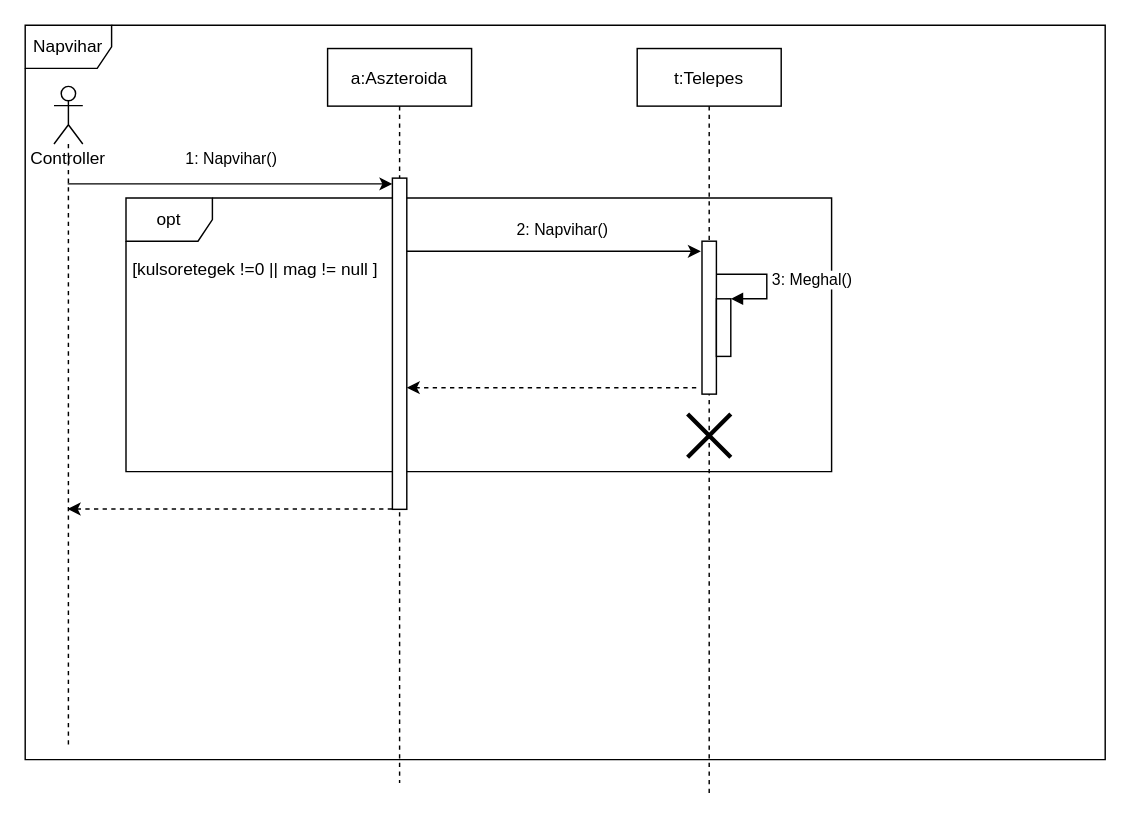
torpeBoiGo/aszteroidabanyaszat keeps this draw.io diagram as page "Page-2" (2 of 2) of doc/szekvencia/szek_NapviharTelepes4.drawio. Above is the earlier version. Source tidied: cells renumbered, new cells numbered last; positions are measured from the earlier drawing's top-left corner, leaving out a move shared by most shapes. Both pictures are drawn from the tidied source at 144%, with x=0, y=0 at pixel (24, 24).
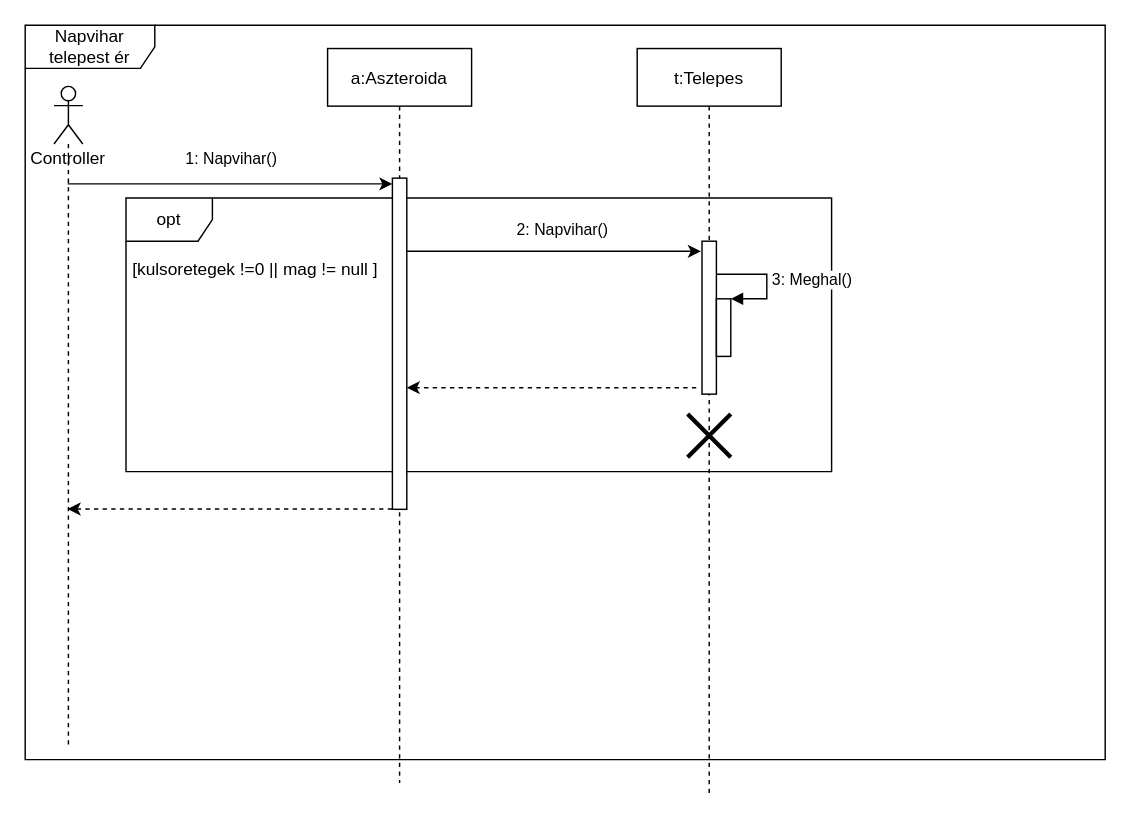
Above is the later version.

Commit message:
napvihar telepest ér

What changed in the source:
```diff
@@
 <mxGraphModel>
   <root>
     <mxCell id="0" />
     <mxCell id="1" parent="0" />
-    <mxCell id="2" value="Napvihar" style="shape=umlFrame;whiteSpace=wrap;html=1;" parent="1" vertex="1">
+    <mxCell id="2" value="Napvihar telepest ér" style="shape=umlFrame;whiteSpace=wrap;html=1;width=90;height=30;" parent="1" vertex="1">
       <mxGeometry width="750" height="510" as="geometry" />
     </mxCell>
     <mxCell id="3" value="opt" style="shape=umlFrame;whiteSpace=wrap;html=1;" parent="1" vertex="1">
       <mxGeometry x="70" y="120" width="490" height="190" as="geometry" />
     </mxCell>
     <mxCell id="4" value="1: Napvihar()" style="endArrow=classic;html=1;exitX=0.475;exitY=0.148;exitDx=0;exitDy=0;exitPerimeter=0;" parent="1" edge="1" source="14" target="7">
       <mxGeometry y="16" relative="1" as="geometry">
         <mxPoint y="-1" as="offset" />
       </mxGeometry>
     </mxCell>
     <mxCell id="5" value="[kulsoretegek !=0 || mag != null ]" style="text;html=1;strokeColor=none;fillColor=none;align=center;verticalAlign=middle;whiteSpace=wrap;rounded=0;" parent="1" vertex="1">
       <mxGeometry x="60" y="160" width="200" height="20" as="geometry" />
     </mxCell>
     <mxCell id="6" value="a:Aszteroida" style="shape=umlLifeline;perimeter=lifelinePerimeter;rounded=0;shadow=0;strokeWidth=1;" parent="1" vertex="1">
       <mxGeometry x="210" y="16.2" width="100" height="510" as="geometry" />
     </mxCell>
     <mxCell id="7" style="points=[];perimeter=orthogonalPerimeter;rounded=0;shadow=0;strokeWidth=1;" parent="6" vertex="1">
       <mxGeometry x="45" y="90" width="10" height="230" as="geometry" />
     </mxCell>
     <mxCell id="8" value="t:Telepes" style="shape=umlLifeline;perimeter=lifelinePerimeter;rounded=0;shadow=0;strokeWidth=1;" parent="1" vertex="1">
       <mxGeometry x="425" y="16.2" width="100" height="520" as="geometry" />
     </mxCell>
     <mxCell id="9" style="points=[];perimeter=orthogonalPerimeter;rounded=0;shadow=0;strokeWidth=1;" parent="8" vertex="1">
       <mxGeometry x="45" y="133.8" width="10" height="106.2" as="geometry" />
     </mxCell>
     <mxCell id="10" style="shape=umlDestroy;whiteSpace=wrap;html=1;strokeWidth=3;" parent="8" vertex="1">
       <mxGeometry x="35" y="253.8" width="30" height="30" as="geometry" />
     </mxCell>
     <mxCell id="11" value="&lt;span style=&quot;color: rgb(0 , 0 , 0) ; font-family: &amp;#34;helvetica&amp;#34; ; font-size: 11px ; font-style: normal ; font-weight: 400 ; letter-spacing: normal ; text-align: center ; text-indent: 0px ; text-transform: none ; word-spacing: 0px ; background-color: rgb(255 , 255 , 255) ; display: inline ; float: none&quot;&gt;2: Napvihar()&lt;/span&gt;" style="endArrow=classic;html=1;entryX=-0.08;entryY=0.066;entryDx=0;entryDy=0;entryPerimeter=0;" parent="1" edge="1" source="7" target="9">
       <mxGeometry x="0.06" y="15" relative="1" as="geometry" />
     </mxCell>
     <mxCell id="12" style="endArrow=classic;html=1;dashed=1;exitX=-0.4;exitY=0.958;exitDx=0;exitDy=0;exitPerimeter=0;" parent="1" edge="1" source="9" target="7">
       <mxGeometry relative="1" as="geometry" />
     </mxCell>
     <mxCell id="13" style="endArrow=classic;html=1;dashed=1;exitX=-0.024;exitY=0.999;exitDx=0;exitDy=0;exitPerimeter=0;" parent="1" edge="1" source="7" target="14">
       <mxGeometry relative="1" as="geometry" />
     </mxCell>
     <mxCell id="14" value="Controller" style="shape=umlLifeline;participant=umlActor;perimeter=lifelinePerimeter;whiteSpace=wrap;html=1;verticalAlign=top;spacingTop=36;outlineConnect=0;" parent="1" vertex="1">
       <mxGeometry x="20" y="42.5" width="20" height="457.5" as="geometry" />
     </mxCell>
     <mxCell id="15" style="html=1;points=[];perimeter=orthogonalPerimeter;" parent="1" vertex="1">
       <mxGeometry x="480" y="190" width="10" height="40" as="geometry" />
     </mxCell>
     <mxCell id="16" value="3: Meghal()" style="edgeStyle=orthogonalEdgeStyle;html=1;align=left;spacingLeft=2;endArrow=block;rounded=0;entryX=1;entryY=0;" parent="1" edge="1" source="9" target="15">
       <mxGeometry relative="1" as="geometry">
         <Array as="points">
           <mxPoint x="515" y="173" />
           <mxPoint x="515" y="190" />
         </Array>
       </mxGeometry>
     </mxCell>
   </root>
 </mxGraphModel>
```
